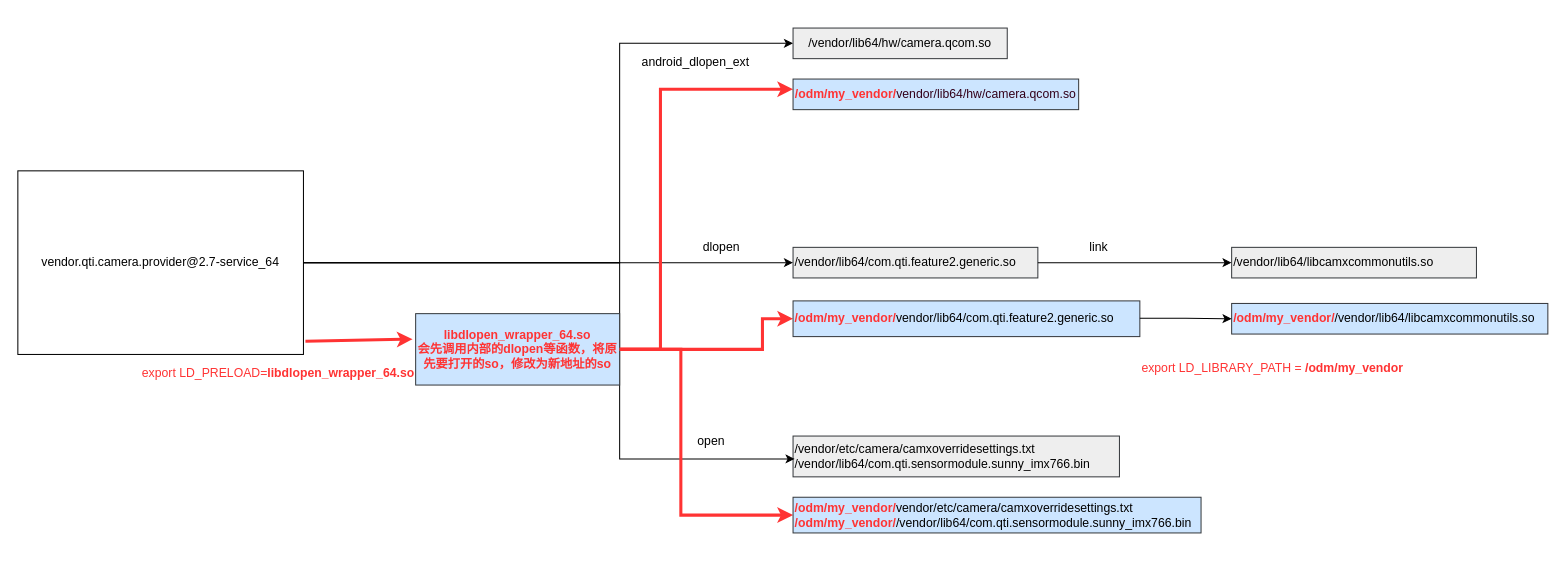
Before: 未命名绘图.drawio in wwzzhhh/test123, a draw.io diagram. Source tidied: cells renumbered, new cells numbered last; positions are measured from the earlier drawing's top-left corner, leaving out a move shared by most shapes. Both pictures are drawn from the tidied source at 102%, with x=0, y=0 at pixel (17, 28).
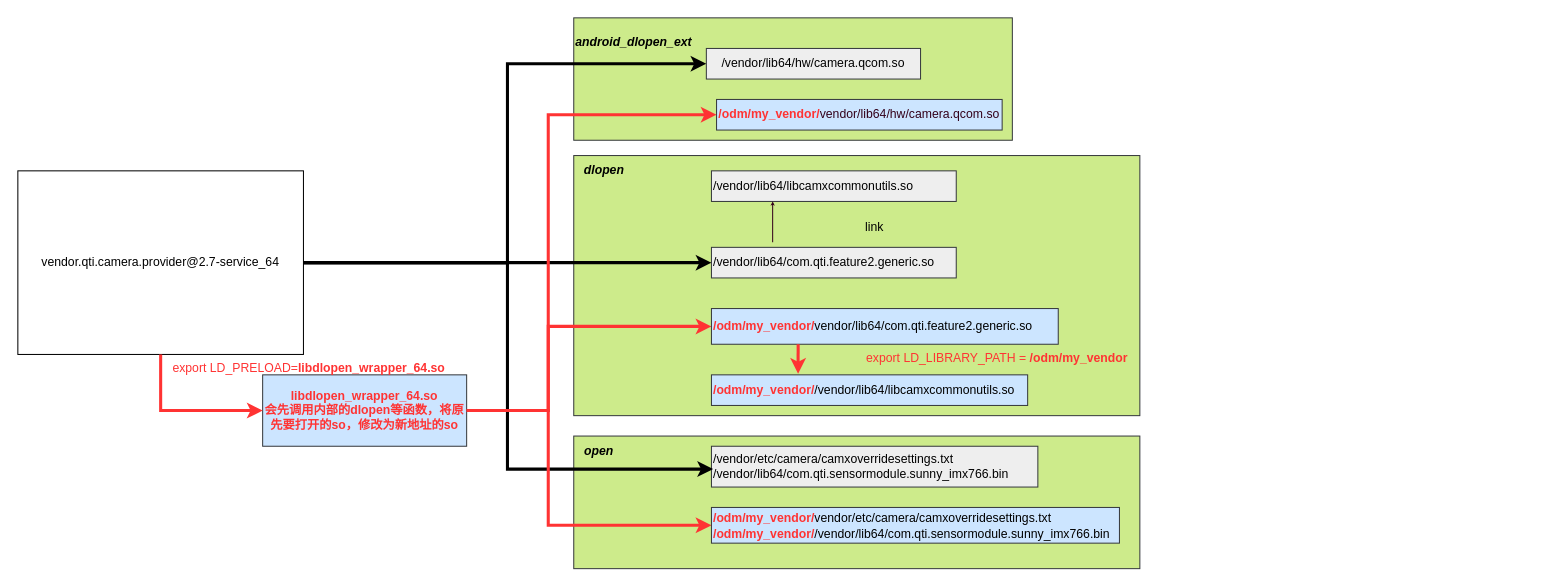
After the change.

The change refers to these unchanged cells:
```xml
<mxCell id="2" value="vendor.qti.camera.provider@2.7-service_64" style="rounded=0;whiteSpace=wrap;html=1;" parent="1" vertex="1">
  <mxGeometry y="140" width="280" height="180" as="geometry" />
</mxCell>
```

Change to the diagram source:
```diff
@@
+    <mxCell id="27" style="rounded=0;whiteSpace=wrap;html=1;fillColor=#cdeb8b;strokeColor=#36393d;" parent="1" vertex="1">
+      <mxGeometry x="545" y="400" width="555" height="130" as="geometry" />
+    </mxCell>
+    <mxCell id="28" style="rounded=0;whiteSpace=wrap;html=1;fillColor=#cdeb8b;strokeColor=#36393d;" parent="1" vertex="1">
+      <mxGeometry x="545" y="125" width="555" height="255" as="geometry" />
+    </mxCell>
+    <mxCell id="29" style="rounded=0;whiteSpace=wrap;html=1;fillColor=#cdeb8b;strokeColor=#36393d;" parent="1" vertex="1">
+      <mxGeometry x="545" y="-10" width="430" height="120" as="geometry" />
+    </mxCell>
@@
-    <mxCell id="3" style="edgeStyle=elbowEdgeStyle;elbow=horizontal;endArrow=classic;html=1;rounded=0;entryX=0;entryY=0.5;entryDx=0;entryDy=0;exitX=1;exitY=0.5;exitDx=0;exitDy=0;" parent="1" edge="1" source="2" target="4">
+    <mxCell id="3" style="edgeStyle=elbowEdgeStyle;elbow=horizontal;endArrow=classic;html=1;rounded=0;entryX=0;entryY=0.5;entryDx=0;entryDy=0;exitX=1;exitY=0.5;exitDx=0;exitDy=0;strokeWidth=3;" parent="1" edge="1" source="2" target="4">
       <mxGeometry relative="1" as="geometry">
         <Array as="points">
-          <mxPoint x="590" y="210" />
+          <mxPoint x="480" y="120" />
         </Array>
       </mxGeometry>
     </mxCell>
     <mxCell id="4" value="/vendor/lib64/hw/camera.qcom.so" style="rounded=0;whiteSpace=wrap;html=1;fillColor=#eeeeee;strokeColor=#36393d;" parent="1" vertex="1">
-      <mxGeometry x="760" width="210" height="30" as="geometry" />
+      <mxGeometry x="675" y="20" width="210" height="30" as="geometry" />
     </mxCell>
     <mxCell id="5" value="/vendor/lib64/com.qti.feature2.generic.so" style="rounded=0;whiteSpace=wrap;html=1;align=left;fillColor=#eeeeee;strokeColor=#36393d;" parent="1" vertex="1">
-      <mxGeometry x="760" y="215" width="240" height="30" as="geometry" />
+      <mxGeometry x="680" y="215" width="240" height="30" as="geometry" />
     </mxCell>
     <mxCell id="6" value="/vendor/etc/camera/camxoverridesettings.txt&lt;br&gt;/vendor/lib64/com.qti.sensormodule.sunny_imx766.bin" style="rounded=0;whiteSpace=wrap;html=1;align=left;fillColor=#eeeeee;strokeColor=#36393d;" parent="1" vertex="1">
-      <mxGeometry x="760" y="400" width="320" height="40" as="geometry" />
+      <mxGeometry x="680" y="410" width="320" height="40" as="geometry" />
     </mxCell>
-    <mxCell id="7" style="edgeStyle=elbowEdgeStyle;elbow=horizontal;endArrow=classic;html=1;rounded=0;entryX=0;entryY=0.5;entryDx=0;entryDy=0;exitX=1;exitY=0.5;exitDx=0;exitDy=0;" parent="1" edge="1" source="2" target="5">
+    <mxCell id="7" style="edgeStyle=elbowEdgeStyle;elbow=horizontal;endArrow=classic;html=1;rounded=0;entryX=0;entryY=0.5;entryDx=0;entryDy=0;exitX=1;exitY=0.5;exitDx=0;exitDy=0;strokeWidth=3;" parent="1" edge="1" source="2" target="5">
       <mxGeometry relative="1" as="geometry" />
     </mxCell>
-    <mxCell id="8" style="edgeStyle=elbowEdgeStyle;elbow=horizontal;endArrow=classic;html=1;rounded=0;entryX=0.005;entryY=0.56;entryDx=0;entryDy=0;entryPerimeter=0;exitX=1;exitY=0.5;exitDx=0;exitDy=0;" parent="1" edge="1" source="2" target="6">
+    <mxCell id="8" style="edgeStyle=elbowEdgeStyle;elbow=horizontal;endArrow=classic;html=1;rounded=0;entryX=0.005;entryY=0.56;entryDx=0;entryDy=0;entryPerimeter=0;exitX=1;exitY=0.5;exitDx=0;exitDy=0;strokeWidth=3;" parent="1" edge="1" source="2" target="6">
       <mxGeometry relative="1" as="geometry">
         <Array as="points">
+          <mxPoint x="480" y="320" />
           <mxPoint x="590" y="250" />
         </Array>
       </mxGeometry>
     </mxCell>
-    <mxCell id="9" value="open" style="text;html=1;strokeColor=none;fillColor=none;align=center;verticalAlign=middle;whiteSpace=wrap;rounded=0;" parent="1" vertex="1">
-      <mxGeometry x="650" y="390" width="60" height="30" as="geometry" />
+    <mxCell id="9" value="&lt;b&gt;&lt;i&gt;open&lt;/i&gt;&lt;/b&gt;" style="text;html=1;strokeColor=none;fillColor=none;align=center;verticalAlign=middle;whiteSpace=wrap;rounded=0;" parent="1" vertex="1">
+      <mxGeometry x="540" y="400" width="60" height="30" as="geometry" />
     </mxCell>
-    <mxCell id="10" value="dlopen" style="text;html=1;strokeColor=none;fillColor=none;align=center;verticalAlign=middle;whiteSpace=wrap;rounded=0;" parent="1" vertex="1">
-      <mxGeometry x="660" y="200" width="60" height="30" as="geometry" />
+    <mxCell id="10" value="&lt;b&gt;&lt;i&gt;dlopen&lt;/i&gt;&lt;/b&gt;" style="text;html=1;strokeColor=none;fillColor=none;align=center;verticalAlign=middle;whiteSpace=wrap;rounded=0;" parent="1" vertex="1">
+      <mxGeometry x="545" y="125" width="60" height="30" as="geometry" />
     </mxCell>
-    <mxCell id="11" value="android_dlopen_ext" style="text;whiteSpace=wrap;html=1;" parent="1" vertex="1">
-      <mxGeometry x="610" y="20" width="140" height="40" as="geometry" />
+    <mxCell id="11" value="&lt;b&gt;&lt;i&gt;android_dlopen_ext&lt;/i&gt;&lt;/b&gt;" style="text;whiteSpace=wrap;html=1;" parent="1" vertex="1">
+      <mxGeometry x="545" width="140" height="40" as="geometry" />
     </mxCell>
-    <mxCell id="12" style="edgeStyle=elbowEdgeStyle;elbow=horizontal;endArrow=classic;html=1;rounded=0;exitX=1;exitY=0.5;exitDx=0;exitDy=0;fillColor=#e51400;strokeColor=#FF3333;strokeWidth=3;startArrow=none;" parent="1" edge="1" source="13">
+    <mxCell id="12" style="edgeStyle=elbowEdgeStyle;elbow=horizontal;endArrow=classic;html=1;rounded=0;exitX=1;exitY=0.5;exitDx=0;exitDy=0;fillColor=#e51400;strokeColor=#FF3333;strokeWidth=3;startArrow=none;entryX=0;entryY=0.5;entryDx=0;entryDy=0;" parent="1" edge="1" source="13" target="15">
       <mxGeometry relative="1" as="geometry">
-        <mxPoint x="760" y="60" as="targetPoint" />
         <Array as="points">
+          <mxPoint x="520" y="250" />
           <mxPoint x="630" y="140" />
           <mxPoint x="640" y="160" />
         </Array>
       </mxGeometry>
     </mxCell>
     <mxCell id="13" value="&lt;b style=&quot;text-align: left;&quot;&gt;&lt;font color=&quot;#ff3333&quot;&gt;libdlopen_wrapper_64.so&lt;br&gt;会先调用内部的dlopen等函数，将原先要打开的so，修改为新地址的so&lt;br&gt;&lt;/font&gt;&lt;/b&gt;" style="rounded=0;whiteSpace=wrap;html=1;fillColor=#cce5ff;strokeColor=#36393d;" parent="1" vertex="1">
-      <mxGeometry x="390" y="280" width="200" height="70" as="geometry" />
+      <mxGeometry x="240" y="340" width="200" height="70" as="geometry" />
     </mxCell>
-    <mxCell id="14" style="endArrow=classic;html=1;rounded=0;strokeColor=#FF3333;strokeWidth=3;fontColor=#FF3333;exitX=1.007;exitY=0.928;exitDx=0;exitDy=0;exitPerimeter=0;entryX=-0.015;entryY=0.357;entryDx=0;entryDy=0;entryPerimeter=0;" parent="1" edge="1" source="2" target="13">
-      <mxGeometry relative="1" as="geometry" />
-    </mxCell>
     <mxCell id="15" value="&lt;font style=&quot;&quot; color=&quot;#ff3333&quot;&gt;&lt;b&gt;/odm/my_vendor/&lt;/b&gt;&lt;/font&gt;&lt;font style=&quot;&quot; color=&quot;#33001a&quot;&gt;vendor/lib64/hw/camera.qcom.so&lt;/font&gt;" style="rounded=0;whiteSpace=wrap;html=1;fillColor=#cce5ff;strokeColor=#36393d;" parent="1" vertex="1">
-      <mxGeometry x="760" y="50" width="280" height="30" as="geometry" />
+      <mxGeometry x="685" y="70" width="280" height="30" as="geometry" />
     </mxCell>
     <mxCell id="16" style="edgeStyle=elbowEdgeStyle;elbow=horizontal;endArrow=classic;html=1;rounded=0;exitX=1;exitY=0.5;exitDx=0;exitDy=0;fillColor=#e51400;strokeColor=#FF3333;strokeWidth=3;startArrow=none;entryX=0;entryY=0.5;entryDx=0;entryDy=0;" parent="1" edge="1" source="13" target="17">
       <mxGeometry relative="1" as="geometry">
         <Array as="points">
-          <mxPoint x="730" y="280" />
-          <mxPoint x="680" y="260" />
+          <mxPoint x="520" y="320" />
+          <mxPoint x="630" y="330" />
         </Array>
       </mxGeometry>
     </mxCell>
     <mxCell id="17" value="&lt;b style=&quot;color: rgb(255, 51, 51); text-align: center;&quot;&gt;/odm/my_vendor&lt;/b&gt;&lt;b style=&quot;color: rgb(255, 51, 51); text-align: center;&quot;&gt;/&lt;/b&gt;vendor/lib64/com.qti.feature2.generic.so" style="rounded=0;whiteSpace=wrap;html=1;align=left;fillColor=#cce5ff;strokeColor=#36393d;" parent="1" vertex="1">
-      <mxGeometry x="760" y="267.5" width="340" height="35" as="geometry" />
+      <mxGeometry x="680" y="275" width="340" height="35" as="geometry" />
     </mxCell>
     <mxCell id="18" style="edgeStyle=elbowEdgeStyle;elbow=horizontal;endArrow=classic;html=1;rounded=0;exitX=1;exitY=0.5;exitDx=0;exitDy=0;fillColor=#e51400;strokeColor=#FF3333;strokeWidth=3;startArrow=none;entryX=0;entryY=0.5;entryDx=0;entryDy=0;" parent="1" edge="1" source="13" target="19">
       <mxGeometry relative="1" as="geometry">
         <Array as="points">
+          <mxPoint x="520" y="390" />
+          <mxPoint x="630" y="390" />
           <mxPoint x="650" y="350" />
           <mxPoint x="650" y="170" />
         </Array>
       </mxGeometry>
     </mxCell>
     <mxCell id="19" value="&lt;b style=&quot;color: rgb(255, 51, 51); text-align: center;&quot;&gt;/odm/my_vendor&lt;/b&gt;&lt;b style=&quot;color: rgb(255, 51, 51); text-align: center;&quot;&gt;/&lt;/b&gt;vendor/etc/camera/camxoverridesettings.txt&lt;br&gt;&lt;b style=&quot;color: rgb(255, 51, 51); text-align: center;&quot;&gt;/odm/my_vendor&lt;/b&gt;&lt;b style=&quot;color: rgb(255, 51, 51); text-align: center;&quot;&gt;/&lt;/b&gt;/vendor/lib64/com.qti.sensormodule.sunny_imx766.bin" style="rounded=0;whiteSpace=wrap;html=1;align=left;fillColor=#cce5ff;strokeColor=#36393d;" parent="1" vertex="1">
-      <mxGeometry x="760" y="460" width="400" height="35" as="geometry" />
+      <mxGeometry x="680" y="470" width="400" height="35" as="geometry" />
     </mxCell>
     <mxCell id="20" value="/vendor/lib64/libcamxcommonutils.so" style="rounded=0;whiteSpace=wrap;html=1;align=left;fillColor=#eeeeee;strokeColor=#36393d;" parent="1" vertex="1">
-      <mxGeometry x="1190" y="215" width="240" height="30" as="geometry" />
+      <mxGeometry x="680" y="140" width="240" height="30" as="geometry" />
     </mxCell>
-    <mxCell id="21" style="edgeStyle=elbowEdgeStyle;elbow=horizontal;endArrow=classic;html=1;rounded=0;entryX=0;entryY=0.5;entryDx=0;entryDy=0;exitX=1;exitY=0.5;exitDx=0;exitDy=0;" parent="1" edge="1" source="5" target="20">
-      <mxGeometry relative="1" as="geometry" />
-    </mxCell>
     <mxCell id="22" value="link" style="text;html=1;strokeColor=none;fillColor=none;align=center;verticalAlign=middle;whiteSpace=wrap;rounded=0;" parent="1" vertex="1">
-      <mxGeometry x="1030" y="200" width="60" height="30" as="geometry" />
+      <mxGeometry x="810" y="180" width="60" height="30" as="geometry" />
     </mxCell>
     <mxCell id="23" value="&lt;b style=&quot;color: rgb(255, 51, 51); text-align: center;&quot;&gt;/odm/my_vendor&lt;/b&gt;&lt;b style=&quot;color: rgb(255, 51, 51); text-align: center;&quot;&gt;/&lt;/b&gt;/vendor/lib64/libcamxcommonutils.so" style="rounded=0;whiteSpace=wrap;html=1;align=left;fillColor=#cce5ff;strokeColor=#36393d;" parent="1" vertex="1">
-      <mxGeometry x="1190" y="270" width="310" height="30" as="geometry" />
+      <mxGeometry x="680" y="340" width="310" height="30" as="geometry" />
     </mxCell>
-    <mxCell id="24" style="edgeStyle=elbowEdgeStyle;elbow=horizontal;endArrow=classic;html=1;rounded=0;entryX=0;entryY=0.5;entryDx=0;entryDy=0;exitX=1;exitY=0.5;exitDx=0;exitDy=0;" parent="1" edge="1" target="23">
-      <mxGeometry relative="1" as="geometry">
-        <mxPoint x="1100" y="284.5" as="sourcePoint" />
-      </mxGeometry>
-    </mxCell>
     <mxCell id="25" value="&lt;font color=&quot;#ff3333&quot;&gt;export LD_PRELOAD=&lt;b style=&quot;&quot;&gt;libdlopen_wrapper_64.so&lt;/b&gt;&lt;/font&gt;" style="text;whiteSpace=wrap;html=1;fontColor=#33001A;" parent="1" vertex="1">
-      <mxGeometry x="120" y="325" width="270" height="40" as="geometry" />
+      <mxGeometry x="150" y="320" width="270" height="40" as="geometry" />
     </mxCell>
     <mxCell id="26" value="&lt;font color=&quot;#ff3333&quot;&gt;export LD_LIBRARY_PATH =&amp;nbsp;&lt;/font&gt;&lt;b style=&quot;color: rgb(255, 51, 51); text-align: center;&quot;&gt;/odm/my_vendor&lt;/b&gt;" style="text;whiteSpace=wrap;html=1;fontColor=#33001A;" parent="1" vertex="1">
-      <mxGeometry x="1100" y="320" width="270" height="40" as="geometry" />
+      <mxGeometry x="830" y="310" width="270" height="40" as="geometry" />
     </mxCell>
+    <mxCell id="14" style="edgeStyle=elbowEdgeStyle;elbow=vertical;endArrow=classic;html=1;rounded=0;strokeColor=#FF3333;strokeWidth=3;fontColor=#FF3333;entryX=0;entryY=0.5;entryDx=0;entryDy=0;exitX=0.5;exitY=1;exitDx=0;exitDy=0;" parent="1" edge="1" source="2" target="13">
+      <mxGeometry relative="1" as="geometry">
+        <Array as="points">
+          <mxPoint x="230" y="375" />
+        </Array>
+      </mxGeometry>
+    </mxCell>
+    <mxCell id="30" style="endArrow=classic;html=1;rounded=0;strokeColor=#FF3333;strokeWidth=3;fontColor=#FF3333;exitX=0.25;exitY=1;exitDx=0;exitDy=0;entryX=0.274;entryY=-0.033;entryDx=0;entryDy=0;entryPerimeter=0;" parent="1" edge="1" source="17" target="23">
+      <mxGeometry relative="1" as="geometry" />
+    </mxCell>
+    <mxCell id="31" style="endArrow=classic;html=1;rounded=0;strokeColor=#33001A;strokeWidth=1;fontColor=#FF3333;entryX=0.25;entryY=1;entryDx=0;entryDy=0;endSize=1;" parent="1" edge="1" target="20">
+      <mxGeometry relative="1" as="geometry">
+        <mxPoint x="740" y="210" as="sourcePoint" />
+      </mxGeometry>
+    </mxCell>
```
